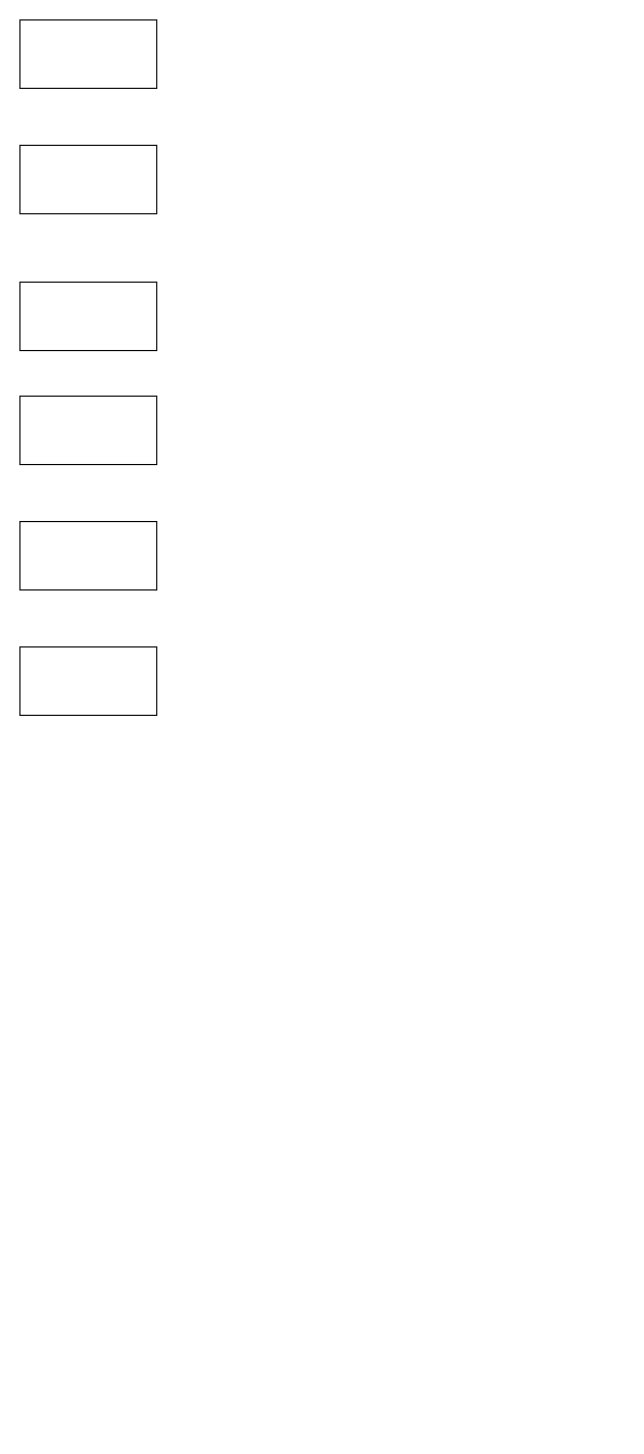
This is Bani.drawio from azryzdy/hobbies, a draw.io file, before an edit. Source tidied: cells renumbered, new cells numbered last; positions are measured from the earlier drawing's top-left corner, leaving out a move shared by most shapes. Both pictures are drawn from the tidied source at 114%, with x=0, y=0 at pixel (19, 19).
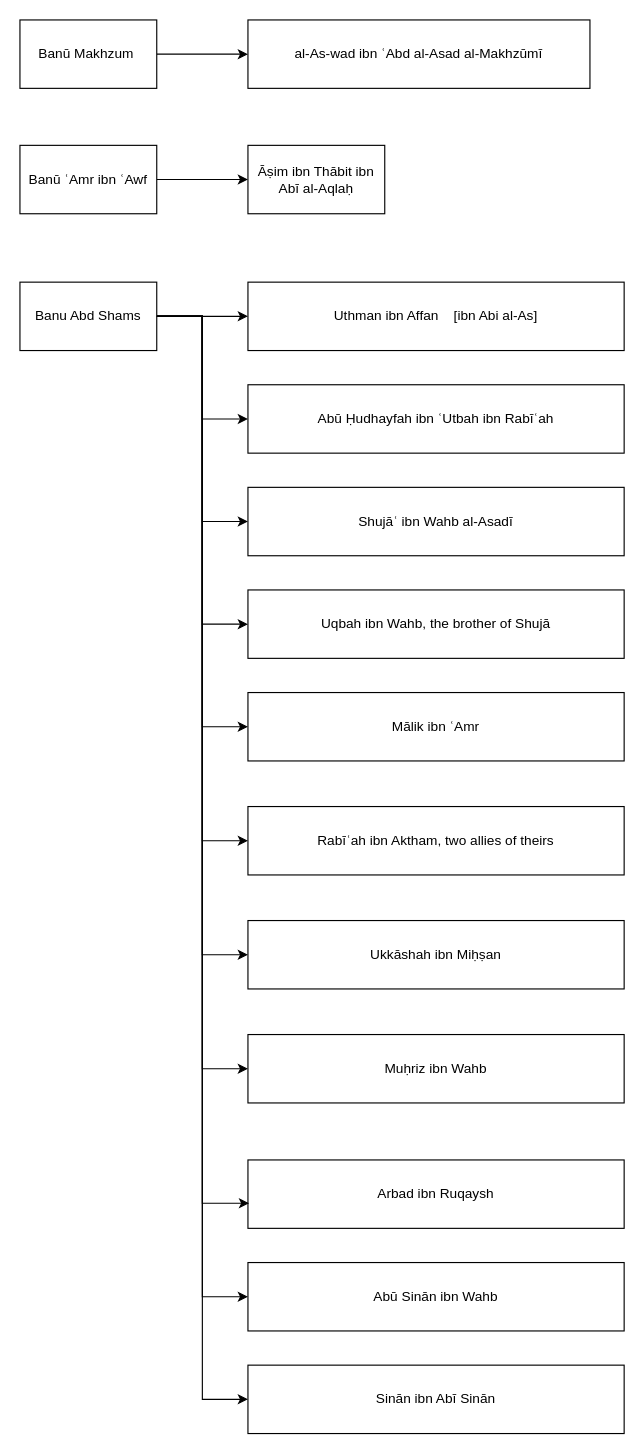
The same diagram, later.

Change to the diagram source:
```diff
@@
+    <mxCell id="8" style="edgeStyle=orthogonalEdgeStyle;rounded=0;jettySize=auto;html=1;" parent="1" edge="1" source="2" target="20">
+      <mxGeometry relative="1" as="geometry" />
+    </mxCell>
-    <mxCell id="2" style="rounded=0;whiteSpace=wrap;html=1;" parent="1" vertex="1">
+    <mxCell id="2" value="Banū Makhzum&amp;nbsp;" style="rounded=0;whiteSpace=wrap;html=1;" parent="1" vertex="1">
       <mxGeometry width="120" height="60" as="geometry" />
     </mxCell>
+    <mxCell id="9" style="edgeStyle=orthogonalEdgeStyle;rounded=0;jettySize=auto;html=1;" parent="1" edge="1" source="3" target="21">
+      <mxGeometry relative="1" as="geometry" />
+    </mxCell>
-    <mxCell id="3" style="rounded=0;whiteSpace=wrap;html=1;" parent="1" vertex="1">
+    <mxCell id="3" value="Banū ʿAmr ibn ʿAwf" style="rounded=0;whiteSpace=wrap;html=1;" parent="1" vertex="1">
       <mxGeometry y="110" width="120" height="60" as="geometry" />
     </mxCell>
+    <mxCell id="10" style="edgeStyle=orthogonalEdgeStyle;rounded=0;jettySize=auto;html=1;" parent="1" edge="1" source="4" target="22">
+      <mxGeometry relative="1" as="geometry" />
+    </mxCell>
+    <mxCell id="11" style="edgeStyle=orthogonalEdgeStyle;rounded=0;jettySize=auto;html=1;entryX=0;entryY=0.5;entryDx=0;entryDy=0;" parent="1" edge="1" source="4" target="23">
+      <mxGeometry relative="1" as="geometry" />
+    </mxCell>
+    <mxCell id="12" style="edgeStyle=orthogonalEdgeStyle;rounded=0;jettySize=auto;html=1;entryX=0;entryY=0.5;entryDx=0;entryDy=0;" parent="1" edge="1" source="4" target="24">
+      <mxGeometry relative="1" as="geometry" />
+    </mxCell>
+    <mxCell id="13" style="edgeStyle=orthogonalEdgeStyle;rounded=0;jettySize=auto;html=1;entryX=0;entryY=0.5;entryDx=0;entryDy=0;" parent="1" edge="1" source="4" target="6">
+      <mxGeometry relative="1" as="geometry" />
+    </mxCell>
+    <mxCell id="14" style="edgeStyle=orthogonalEdgeStyle;rounded=0;jettySize=auto;html=1;entryX=0;entryY=0.5;entryDx=0;entryDy=0;" parent="1" edge="1" source="4" target="25">
+      <mxGeometry relative="1" as="geometry" />
+    </mxCell>
+    <mxCell id="15" style="edgeStyle=orthogonalEdgeStyle;rounded=0;jettySize=auto;html=1;entryX=0;entryY=0.5;entryDx=0;entryDy=0;" parent="1" edge="1" source="4" target="26">
+      <mxGeometry relative="1" as="geometry" />
+    </mxCell>
+    <mxCell id="16" style="edgeStyle=orthogonalEdgeStyle;rounded=0;jettySize=auto;html=1;entryX=0;entryY=0.5;entryDx=0;entryDy=0;" parent="1" edge="1" source="4" target="27">
+      <mxGeometry relative="1" as="geometry" />
+    </mxCell>
+    <mxCell id="17" style="edgeStyle=orthogonalEdgeStyle;rounded=0;jettySize=auto;html=1;entryX=0;entryY=0.5;entryDx=0;entryDy=0;" parent="1" edge="1" source="4" target="28">
+      <mxGeometry relative="1" as="geometry" />
+    </mxCell>
+    <mxCell id="18" style="edgeStyle=orthogonalEdgeStyle;rounded=0;jettySize=auto;html=1;entryX=0;entryY=0.5;entryDx=0;entryDy=0;" parent="1" edge="1" source="4" target="30">
+      <mxGeometry relative="1" as="geometry" />
+    </mxCell>
+    <mxCell id="19" style="edgeStyle=orthogonalEdgeStyle;rounded=0;jettySize=auto;html=1;entryX=0;entryY=0.5;entryDx=0;entryDy=0;" parent="1" edge="1" source="4" target="31">
+      <mxGeometry relative="1" as="geometry" />
+    </mxCell>
-    <mxCell id="4" style="rounded=0;whiteSpace=wrap;html=1;" parent="1" vertex="1">
+    <mxCell id="4" value="Banu Abd Shams" style="rounded=0;whiteSpace=wrap;html=1;" parent="1" vertex="1">
       <mxGeometry y="230" width="120" height="60" as="geometry" />
     </mxCell>
-    <mxCell id="5" style="rounded=0;whiteSpace=wrap;html=1;" parent="1" vertex="1">
-      <mxGeometry y="330" width="120" height="60" as="geometry" />
-    </mxCell>
-    <mxCell id="6" style="rounded=0;whiteSpace=wrap;html=1;" parent="1" vertex="1">
-      <mxGeometry y="440" width="120" height="60" as="geometry" />
+    <mxCell id="6" value="Uqbah ibn Wahb, the brother of Shujā" style="rounded=0;whiteSpace=wrap;html=1;" parent="1" vertex="1">
+      <mxGeometry x="200" y="500" width="330" height="60" as="geometry" />
     </mxCell>
-    <mxCell id="7" style="rounded=0;whiteSpace=wrap;html=1;" parent="1" vertex="1">
-      <mxGeometry y="550" width="120" height="60" as="geometry" />
-    </mxCell>
+    <mxCell id="20" value="al-As-wad ibn ʿAbd al-Asad al-Makhzūmī" style="whiteSpace=wrap;html=1;rounded=0;" parent="1" vertex="1">
+      <mxGeometry x="200" width="300" height="60" as="geometry" />
+    </mxCell>
+    <mxCell id="21" value="Āṣim ibn Thābit ibn Abī al-Aqlaḥ" style="whiteSpace=wrap;html=1;rounded=0;" parent="1" vertex="1">
+      <mxGeometry x="200" y="110" width="120" height="60" as="geometry" />
+    </mxCell>
+    <mxCell id="22" value="Uthman ibn Affan&amp;nbsp; &amp;nbsp; [ibn Abi al-As]" style="whiteSpace=wrap;html=1;rounded=0;" parent="1" vertex="1">
+      <mxGeometry x="200" y="230" width="330" height="60" as="geometry" />
+    </mxCell>
+    <mxCell id="23" value="Abū Ḥudhayfah ibn ʿUtbah ibn Rabīʿah" style="whiteSpace=wrap;html=1;rounded=0;" parent="1" vertex="1">
+      <mxGeometry x="200" y="320" width="330" height="60" as="geometry" />
+    </mxCell>
+    <mxCell id="24" value="Shujāʿ ibn Wahb al-Asadī" style="whiteSpace=wrap;html=1;rounded=0;" parent="1" vertex="1">
+      <mxGeometry x="200" y="410" width="330" height="60" as="geometry" />
+    </mxCell>
+    <mxCell id="25" value="Mālik ibn ʿAmr" style="rounded=0;whiteSpace=wrap;html=1;" parent="1" vertex="1">
+      <mxGeometry x="200" y="590" width="330" height="60" as="geometry" />
+    </mxCell>
+    <mxCell id="26" value="Rabīʿah ibn Aktham, two allies of theirs" style="rounded=0;whiteSpace=wrap;html=1;" parent="1" vertex="1">
+      <mxGeometry x="200" y="690" width="330" height="60" as="geometry" />
+    </mxCell>
+    <mxCell id="27" value="Ukkāshah ibn Miḥṣan" style="rounded=0;whiteSpace=wrap;html=1;" parent="1" vertex="1">
+      <mxGeometry x="200" y="790" width="330" height="60" as="geometry" />
+    </mxCell>
+    <mxCell id="28" value="Muḥriz ibn Wahb" style="rounded=0;whiteSpace=wrap;html=1;" parent="1" vertex="1">
+      <mxGeometry x="200" y="890" width="330" height="60" as="geometry" />
+    </mxCell>
+    <mxCell id="29" value="Arbad ibn Ruqaysh" style="rounded=0;whiteSpace=wrap;html=1;" parent="1" vertex="1">
+      <mxGeometry x="200" y="1000" width="330" height="60" as="geometry" />
+    </mxCell>
+    <mxCell id="30" value="Abū Sinān ibn Wahb" style="rounded=0;whiteSpace=wrap;html=1;" parent="1" vertex="1">
+      <mxGeometry x="200" y="1090" width="330" height="60" as="geometry" />
+    </mxCell>
+    <mxCell id="31" value="Sinān ibn Abī Sinān" style="rounded=0;whiteSpace=wrap;html=1;" parent="1" vertex="1">
+      <mxGeometry x="200" y="1180" width="330" height="60" as="geometry" />
+    </mxCell>
+    <mxCell id="32" style="edgeStyle=orthogonalEdgeStyle;rounded=0;jettySize=auto;html=1;entryX=0.003;entryY=0.633;entryDx=0;entryDy=0;entryPerimeter=0;" parent="1" edge="1" source="4" target="29">
+      <mxGeometry relative="1" as="geometry" />
+    </mxCell>
```
